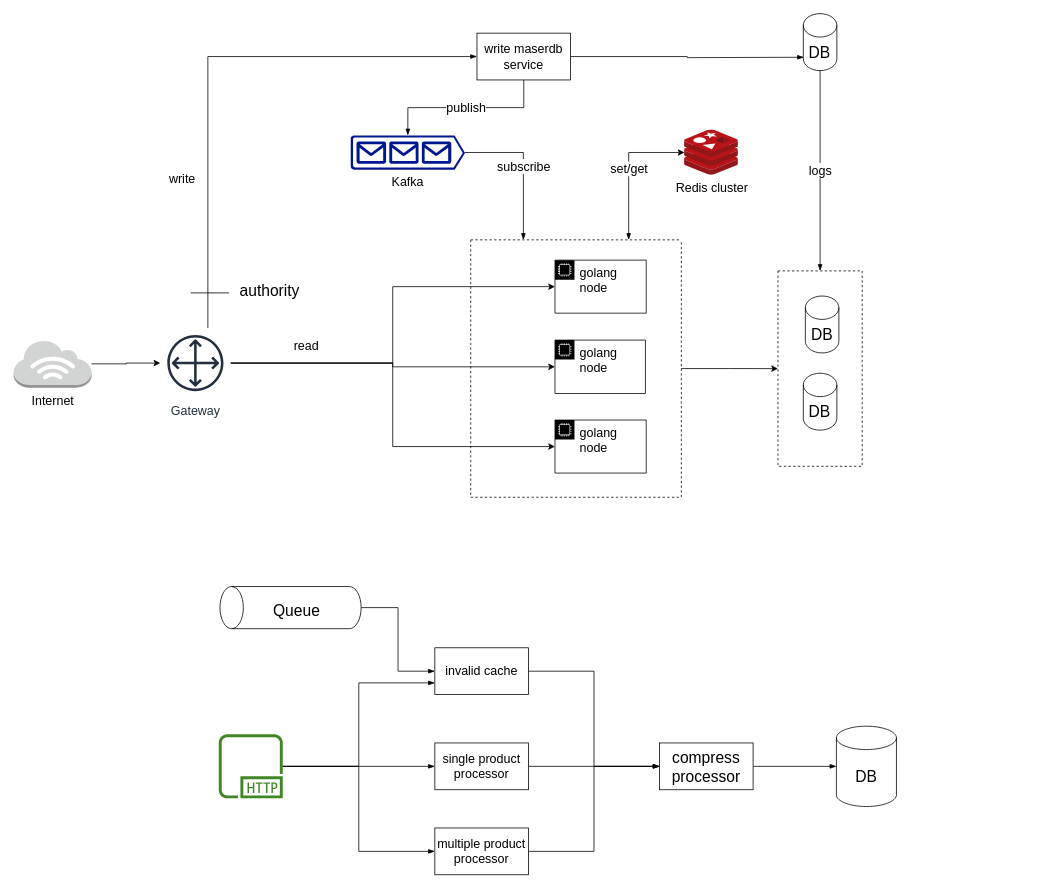
Before: page "Page-1" (1 of 3) of architecture-ecommerce.drawio in shifuvn/diagram, a draw.io diagram. Source tidied: cells renumbered, new cells numbered last; positions are measured from the earlier drawing's top-left corner, leaving out a move shared by most shapes. Both pictures are drawn from the tidied source at 78%, with x=0, y=0 at pixel (13, 13).
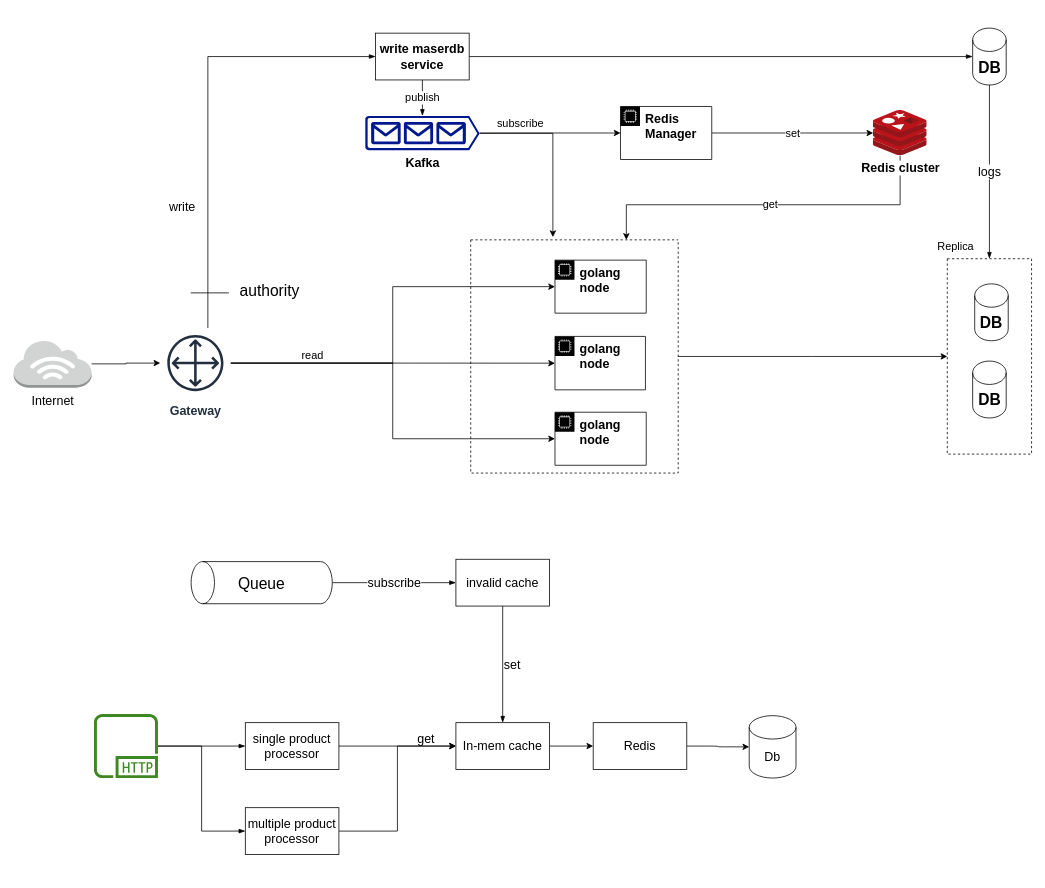
The same diagram, later.

What changed in the source:
```diff
@@
     <mxCell id="2" style="swimlane;startSize=0;dashed=1;fontSize=16;" parent="1" vertex="1">
-      <mxGeometry x="979.9" y="329.8" width="108" height="250.5" as="geometry" />
+      <mxGeometry x="1197" y="314.2" width="108" height="250.5" as="geometry" />
     </mxCell>
-    <mxCell id="3" value="DB" style="shape=cylinder3;whiteSpace=wrap;html=1;boundedLbl=1;backgroundOutline=1;size=15;fontSize=20;" parent="2" vertex="1">
+    <mxCell id="3" value="&lt;b&gt;DB&lt;/b&gt;" style="shape=cylinder3;whiteSpace=wrap;html=1;boundedLbl=1;backgroundOutline=1;size=15;fontSize=20;" parent="2" vertex="1">
       <mxGeometry x="35.1" y="32.2" width="43" height="73" as="geometry" />
     </mxCell>
-    <mxCell id="4" value="DB" style="shape=cylinder3;whiteSpace=wrap;html=1;boundedLbl=1;backgroundOutline=1;size=15;fontSize=20;" parent="2" vertex="1">
+    <mxCell id="4" value="&lt;b&gt;DB&lt;/b&gt;" style="shape=cylinder3;whiteSpace=wrap;html=1;boundedLbl=1;backgroundOutline=1;size=15;fontSize=20;" parent="2" vertex="1">
       <mxGeometry x="32.5" y="131.2" width="43" height="73" as="geometry" />
     </mxCell>
@@
     <mxCell id="6" style="swimlane;startSize=0;dashed=1;fontSize=16;" parent="1" vertex="1">
-      <mxGeometry x="586" y="290" width="270" height="330" as="geometry" />
+      <mxGeometry x="586" y="290" width="266" height="299" as="geometry" />
     </mxCell>
+    <mxCell id="15" value="&lt;b&gt;golang node&lt;/b&gt;" style="points=[[0,0],[0.25,0],[0.5,0],[0.75,0],[1,0],[1,0.25],[1,0.5],[1,0.75],[1,1],[0.75,1],[0.5,1],[0.25,1],[0,1],[0,0.75],[0,0.5],[0,0.25]];outlineConnect=0;html=1;whiteSpace=wrap;fontSize=16;fontStyle=0;shape=mxgraph.aws4.group;grIcon=mxgraph.aws4.group_ec2_instance_contents;verticalAlign=top;align=left;spacingLeft=30;dashed=0;" parent="6" vertex="1">
+      <mxGeometry x="108" y="123.8" width="116" height="68.5" as="geometry" />
+    </mxCell>
+    <mxCell id="16" value="&lt;b&gt;golang node&lt;/b&gt;" style="points=[[0,0],[0.25,0],[0.5,0],[0.75,0],[1,0],[1,0.25],[1,0.5],[1,0.75],[1,1],[0.75,1],[0.5,1],[0.25,1],[0,1],[0,0.75],[0,0.5],[0,0.25]];outlineConnect=0;html=1;whiteSpace=wrap;fontSize=16;fontStyle=0;shape=mxgraph.aws4.group;grIcon=mxgraph.aws4.group_ec2_instance_contents;verticalAlign=top;align=left;spacingLeft=30;dashed=0;" parent="6" vertex="1">
+      <mxGeometry x="108" y="221" width="117" height="68" as="geometry" />
+    </mxCell>
@@
-    <mxCell id="11" value="read" style="edgeStyle=orthogonalEdgeStyle;rounded=0;jettySize=auto;html=1;entryX=0;entryY=0.5;entryDx=0;entryDy=0;fontSize=16;" parent="1" edge="1" source="13" target="16">
-      <mxGeometry x="-0.63" y="22" relative="1" as="geometry" />
+    <mxCell id="11" value="read" style="edgeStyle=orthogonalEdgeStyle;rounded=0;jettySize=auto;html=1;entryX=0;entryY=0.5;entryDx=0;entryDy=0;fontSize=14;" parent="1" edge="1" source="13" target="16">
+      <mxGeometry x="-0.59" y="10" relative="1" as="geometry" />
     </mxCell>
@@
-    <mxCell id="13" value="&lt;div style=&quot;font-size: 16px;&quot;&gt;Gateway&lt;/div&gt;" style="sketch=0;outlineConnect=0;fontColor=#232F3E;gradientColor=none;strokeColor=#232F3E;fillColor=#ffffff;dashed=0;verticalLabelPosition=bottom;verticalAlign=top;align=center;html=1;fontSize=16;fontStyle=0;shape=mxgraph.aws4.resourceIcon;resIcon=mxgraph.aws4.customer_gateway;" parent="1" vertex="1">
+    <mxCell id="13" value="&lt;div style=&quot;font-size: 16px;&quot;&gt;&lt;b&gt;Gateway&lt;/b&gt;&lt;/div&gt;" style="sketch=0;outlineConnect=0;fontColor=#232F3E;gradientColor=none;strokeColor=#232F3E;fillColor=#ffffff;dashed=0;verticalLabelPosition=bottom;verticalAlign=top;align=center;html=1;fontSize=16;fontStyle=0;shape=mxgraph.aws4.resourceIcon;resIcon=mxgraph.aws4.customer_gateway;" parent="1" vertex="1">
       <mxGeometry x="188" y="403" width="90" height="90" as="geometry" />
     </mxCell>
-    <mxCell id="14" value="golang node" style="points=[[0,0],[0.25,0],[0.5,0],[0.75,0],[1,0],[1,0.25],[1,0.5],[1,0.75],[1,1],[0.75,1],[0.5,1],[0.25,1],[0,1],[0,0.75],[0,0.5],[0,0.25]];outlineConnect=0;html=1;whiteSpace=wrap;fontSize=16;fontStyle=0;shape=mxgraph.aws4.group;grIcon=mxgraph.aws4.group_ec2_instance_contents;verticalAlign=top;align=left;spacingLeft=30;dashed=0;" parent="1" vertex="1">
+    <mxCell id="14" value="&lt;b&gt;golang node&lt;/b&gt;" style="points=[[0,0],[0.25,0],[0.5,0],[0.75,0],[1,0],[1,0.25],[1,0.5],[1,0.75],[1,1],[0.75,1],[0.5,1],[0.25,1],[0,1],[0,0.75],[0,0.5],[0,0.25]];outlineConnect=0;html=1;whiteSpace=wrap;fontSize=16;fontStyle=0;shape=mxgraph.aws4.group;grIcon=mxgraph.aws4.group_ec2_instance_contents;verticalAlign=top;align=left;spacingLeft=30;dashed=0;" parent="1" vertex="1">
       <mxGeometry x="694" y="316" width="117" height="68" as="geometry" />
     </mxCell>
-    <mxCell id="15" value="golang node" style="points=[[0,0],[0.25,0],[0.5,0],[0.75,0],[1,0],[1,0.25],[1,0.5],[1,0.75],[1,1],[0.75,1],[0.5,1],[0.25,1],[0,1],[0,0.75],[0,0.5],[0,0.25]];outlineConnect=0;html=1;whiteSpace=wrap;fontSize=16;fontStyle=0;shape=mxgraph.aws4.group;grIcon=mxgraph.aws4.group_ec2_instance_contents;verticalAlign=top;align=left;spacingLeft=30;dashed=0;" parent="1" vertex="1">
-      <mxGeometry x="694" y="418.5" width="116" height="68.5" as="geometry" />
-    </mxCell>
-    <mxCell id="16" value="golang node" style="points=[[0,0],[0.25,0],[0.5,0],[0.75,0],[1,0],[1,0.25],[1,0.5],[1,0.75],[1,1],[0.75,1],[0.5,1],[0.25,1],[0,1],[0,0.75],[0,0.5],[0,0.25]];outlineConnect=0;html=1;whiteSpace=wrap;fontSize=16;fontStyle=0;shape=mxgraph.aws4.group;grIcon=mxgraph.aws4.group_ec2_instance_contents;verticalAlign=top;align=left;spacingLeft=30;dashed=0;" parent="1" vertex="1">
-      <mxGeometry x="694" y="521" width="117" height="68" as="geometry" />
-    </mxCell>
-    <mxCell id="17" value="set/get" style="edgeStyle=orthogonalEdgeStyle;rounded=0;jettySize=auto;html=1;entryX=0.75;entryY=0;entryDx=0;entryDy=0;fontSize=16;startArrow=classic;startFill=1;endArrow=blockThin;endFill=1;" parent="1" edge="1" source="18" target="6">
-      <mxGeometry relative="1" as="geometry" />
+    <mxCell id="17" value="get" style="edgeStyle=orthogonalEdgeStyle;rounded=0;jettySize=auto;html=1;entryX=0.75;entryY=0;entryDx=0;entryDy=0;fontSize=14;startArrow=none;startFill=0;" parent="1" edge="1" source="18" target="6">
+      <mxGeometry relative="1" as="geometry">
+        <Array as="points">
+          <mxPoint x="1137" y="245" />
+          <mxPoint x="786" y="245" />
+        </Array>
+      </mxGeometry>
     </mxCell>
-    <mxCell id="18" value="&lt;div&gt;Redis cluster&lt;/div&gt;" style="sketch=0;html=1;points=[];align=center;image;fontSize=16;image=img/lib/mscae/Cache_Redis_Product.svg;dashed=1;" parent="1" vertex="1">
-      <mxGeometry x="860" y="149" width="69" height="58" as="geometry" />
+    <mxCell id="18" value="&lt;div&gt;&lt;b&gt;Redis cluster&lt;/b&gt;&lt;/div&gt;" style="sketch=0;html=1;points=[];align=center;image;fontSize=16;image=img/lib/mscae/Cache_Redis_Product.svg;dashed=1;" parent="1" vertex="1">
+      <mxGeometry x="1102" y="124" width="69" height="58" as="geometry" />
     </mxCell>
-    <mxCell id="19" style="edgeStyle=orthogonalEdgeStyle;rounded=0;jettySize=auto;html=1;entryX=0;entryY=0.75;entryDx=0;entryDy=0;fontSize=20;startArrow=none;startFill=0;endArrow=blockThin;endFill=1;" parent="1" edge="1" source="22" target="24">
-      <mxGeometry relative="1" as="geometry" />
-    </mxCell>
@@
     <mxCell id="22" style="sketch=0;outlineConnect=0;fontColor=#232F3E;gradientColor=none;fillColor=#3F8624;strokeColor=none;dashed=0;verticalLabelPosition=bottom;verticalAlign=top;align=center;html=1;fontSize=16;fontStyle=0;shape=mxgraph.aws4.http_protocol;" parent="1" vertex="1">
-      <mxGeometry x="263" y="924" width="82" height="82" as="geometry" />
+      <mxGeometry x="103" y="898" width="82" height="82" as="geometry" />
     </mxCell>
-    <mxCell id="23" style="edgeStyle=orthogonalEdgeStyle;rounded=0;jettySize=auto;html=1;entryX=0;entryY=0.5;entryDx=0;entryDy=0;fontSize=20;startArrow=none;startFill=0;endArrow=blockThin;endFill=1;" parent="1" edge="1" source="24" target="41">
-      <mxGeometry relative="1" as="geometry" />
+    <mxCell id="23" value="set" style="edgeStyle=orthogonalEdgeStyle;rounded=0;jettySize=auto;html=1;fontSize=16;startArrow=none;startFill=0;endArrow=blockThin;endFill=1;" parent="1" edge="1" source="24" target="41">
+      <mxGeometry y="12" relative="1" as="geometry" />
     </mxCell>
     <mxCell id="24" value="invalid cache" style="rounded=0;whiteSpace=wrap;html=1;fontSize=16;" parent="1" vertex="1">
-      <mxGeometry x="540" y="813" width="120" height="60" as="geometry" />
+      <mxGeometry x="567" y="699.5" width="120" height="60" as="geometry" />
     </mxCell>
-    <mxCell id="25" style="edgeStyle=orthogonalEdgeStyle;rounded=0;jettySize=auto;html=1;fontSize=20;startArrow=none;startFill=0;endArrow=blockThin;endFill=1;" parent="1" edge="1" source="26" target="41">
+    <mxCell id="25" style="edgeStyle=orthogonalEdgeStyle;rounded=0;jettySize=auto;html=1;fontSize=16;startArrow=none;startFill=0;" parent="1" edge="1" source="26" target="41">
       <mxGeometry relative="1" as="geometry" />
     </mxCell>
     <mxCell id="26" value="single product processor" style="rounded=0;whiteSpace=wrap;html=1;fontSize=16;" parent="1" vertex="1">
-      <mxGeometry x="540" y="935" width="120" height="60" as="geometry" />
+      <mxGeometry x="297" y="909" width="120" height="60" as="geometry" />
     </mxCell>
-    <mxCell id="27" style="edgeStyle=orthogonalEdgeStyle;rounded=0;jettySize=auto;html=1;entryX=0;entryY=0.5;entryDx=0;entryDy=0;fontSize=20;startArrow=none;startFill=0;endArrow=blockThin;endFill=1;" parent="1" edge="1" source="28" target="41">
+    <mxCell id="27" style="edgeStyle=orthogonalEdgeStyle;rounded=0;jettySize=auto;html=1;entryX=0;entryY=0.5;entryDx=0;entryDy=0;fontSize=16;startArrow=none;startFill=0;" parent="1" edge="1" source="28" target="41">
       <mxGeometry relative="1" as="geometry" />
     </mxCell>
     <mxCell id="28" value="multiple product processor" style="rounded=0;whiteSpace=wrap;html=1;fontSize=16;" parent="1" vertex="1">
-      <mxGeometry x="540" y="1044" width="120" height="60" as="geometry" />
+      <mxGeometry x="297" y="1018" width="120" height="60" as="geometry" />
     </mxCell>
-    <mxCell id="29" value="subscribe" style="edgeStyle=orthogonalEdgeStyle;rounded=0;jettySize=auto;html=1;entryX=0.25;entryY=0;entryDx=0;entryDy=0;fontSize=16;startArrow=none;startFill=0;endArrow=blockThin;endFill=1;" parent="1" edge="1" source="30" target="6">
-      <mxGeometry relative="1" as="geometry" />
-    </mxCell>
+    <mxCell id="44" style="edgeStyle=orthogonalEdgeStyle;rounded=0;jettySize=auto;html=1;entryX=0;entryY=0.5;entryDx=0;entryDy=0;fontSize=16;startArrow=none;startFill=0;" parent="1" edge="1" source="30" target="52">
+      <mxGeometry relative="1" as="geometry" />
+    </mxCell>
+    <mxCell id="45" style="edgeStyle=orthogonalEdgeStyle;rounded=0;jettySize=auto;html=1;entryX=0.396;entryY=-0.012;entryDx=0;entryDy=0;entryPerimeter=0;fontSize=16;startArrow=none;startFill=0;exitX=1;exitY=0.51;exitDx=0;exitDy=0;exitPerimeter=0;" parent="1" edge="1" source="30" target="6">
+      <mxGeometry relative="1" as="geometry" />
+    </mxCell>
-    <mxCell id="30" value="Kafka" style="sketch=0;shadow=0;dashed=0;html=1;strokeColor=none;labelPosition=center;verticalLabelPosition=bottom;verticalAlign=top;align=center;fillColor=#00188D;shape=mxgraph.azure.queue_generic;fontSize=16;" parent="1" vertex="1">
-      <mxGeometry x="432" y="156" width="146.7" height="44" as="geometry" />
+    <mxCell id="30" value="&lt;b&gt;Kafka&lt;/b&gt;" style="sketch=0;shadow=0;dashed=0;html=1;strokeColor=none;labelPosition=center;verticalLabelPosition=bottom;verticalAlign=top;align=center;fillColor=#00188D;shape=mxgraph.azure.queue_generic;fontSize=16;" parent="1" vertex="1">
+      <mxGeometry x="450.7" y="131" width="146.7" height="44" as="geometry" />
     </mxCell>
@@
-    <mxCell id="32" style="edgeStyle=orthogonalEdgeStyle;rounded=0;jettySize=auto;html=1;entryX=0.003;entryY=0.561;entryDx=0;entryDy=0;entryPerimeter=0;fontSize=16;startArrow=none;startFill=0;endArrow=blockThin;endFill=1;" parent="1" edge="1" source="34">
-      <mxGeometry relative="1" as="geometry">
-        <mxPoint x="1013.1" y="55.9" as="targetPoint" />
-      </mxGeometry>
+    <mxCell id="32" style="edgeStyle=orthogonalEdgeStyle;rounded=0;jettySize=auto;html=1;fontSize=16;startArrow=none;startFill=0;endArrow=blockThin;endFill=1;" parent="1" edge="1" source="34" target="43">
+      <mxGeometry relative="1" as="geometry" />
     </mxCell>
-    <mxCell id="33" value="publish" style="edgeStyle=orthogonalEdgeStyle;rounded=0;jettySize=auto;html=1;entryX=0.5;entryY=0;entryDx=0;entryDy=0;entryPerimeter=0;fontSize=16;startArrow=none;startFill=0;endArrow=blockThin;endFill=1;exitX=0.5;exitY=1;exitDx=0;exitDy=0;" parent="1" edge="1" source="34" target="30">
+    <mxCell id="33" value="publish" style="edgeStyle=orthogonalEdgeStyle;rounded=0;jettySize=auto;html=1;entryX=0.5;entryY=0;entryDx=0;entryDy=0;entryPerimeter=0;fontSize=14;startArrow=none;startFill=0;endArrow=blockThin;endFill=1;exitX=0.5;exitY=1;exitDx=0;exitDy=0;" parent="1" edge="1" source="34" target="30">
       <mxGeometry relative="1" as="geometry" />
     </mxCell>
-    <mxCell id="34" value="write maserdb service" style="rounded=0;whiteSpace=wrap;html=1;fontSize=16;" parent="1" vertex="1">
-      <mxGeometry x="594" y="25" width="120" height="60" as="geometry" />
+    <mxCell id="34" value="&lt;b&gt;write maserdb service&lt;/b&gt;" style="rounded=0;whiteSpace=wrap;html=1;fontSize=16;" parent="1" vertex="1">
+      <mxGeometry x="464" y="25" width="120" height="60" as="geometry" />
     </mxCell>
@@
-    <mxCell id="37" style="edgeStyle=orthogonalEdgeStyle;rounded=0;jettySize=auto;html=1;entryX=0;entryY=0.5;entryDx=0;entryDy=0;fontSize=20;startArrow=none;startFill=0;endArrow=blockThin;endFill=1;" parent="1" edge="1" source="38" target="24">
-      <mxGeometry relative="1" as="geometry" />
+    <mxCell id="37" value="subscribe" style="edgeStyle=orthogonalEdgeStyle;rounded=0;jettySize=auto;html=1;entryX=0;entryY=0.5;entryDx=0;entryDy=0;fontSize=16;startArrow=none;startFill=0;endArrow=blockThin;endFill=1;" parent="1" edge="1" source="38" target="24">
+      <mxGeometry x="-0.02" relative="1" as="geometry">
+        <mxPoint x="1" as="offset" />
+      </mxGeometry>
     </mxCell>
     <mxCell id="38" style="shape=cylinder3;whiteSpace=wrap;html=1;boundedLbl=1;backgroundOutline=1;size=15;fontSize=20;rotation=-90;" parent="1" vertex="1">
-      <mxGeometry x="328" y="671" width="54" height="181" as="geometry" />
+      <mxGeometry x="291" y="639" width="54" height="181" as="geometry" />
     </mxCell>
     <mxCell id="39" value="Queue" style="text;html=1;strokeColor=none;fillColor=none;align=center;verticalAlign=middle;whiteSpace=wrap;rounded=0;fontSize=20;" parent="1" vertex="1">
-      <mxGeometry x="333" y="749.5" width="60" height="30" as="geometry" />
+      <mxGeometry x="288" y="714.5" width="60" height="30" as="geometry" />
     </mxCell>
-    <mxCell id="40" style="edgeStyle=orthogonalEdgeStyle;rounded=0;jettySize=auto;html=1;fontSize=20;startArrow=none;startFill=0;endArrow=blockThin;endFill=1;" parent="1" edge="1" source="41" target="42">
-      <mxGeometry relative="1" as="geometry" />
-    </mxCell>
+    <mxCell id="46" style="edgeStyle=orthogonalEdgeStyle;rounded=1;jettySize=auto;html=1;fontSize=16;startArrow=none;startFill=0;" parent="1" edge="1" source="41" target="48">
+      <mxGeometry relative="1" as="geometry" />
+    </mxCell>
-    <mxCell id="41" value="compress processor" style="rounded=0;whiteSpace=wrap;html=1;fontSize=20;" parent="1" vertex="1">
-      <mxGeometry x="828" y="935" width="120" height="60" as="geometry" />
+    <mxCell id="41" value="In-mem cache" style="rounded=0;whiteSpace=wrap;html=1;fontSize=16;" parent="1" vertex="1">
+      <mxGeometry x="567" y="909" width="120" height="60" as="geometry" />
     </mxCell>
-    <mxCell id="42" value="DB" style="shape=cylinder3;whiteSpace=wrap;html=1;boundedLbl=1;backgroundOutline=1;size=15;fontSize=20;" parent="1" vertex="1">
-      <mxGeometry x="1054.8" y="913.5" width="77" height="103" as="geometry" />
-    </mxCell>
-    <mxCell id="43" value="DB" style="shape=cylinder3;whiteSpace=wrap;html=1;boundedLbl=1;backgroundOutline=1;size=15;fontSize=20;" parent="1" vertex="1">
-      <mxGeometry x="1012.4" width="43" height="73" as="geometry" />
+    <mxCell id="43" value="&lt;b&gt;DB&lt;/b&gt;" style="shape=cylinder3;whiteSpace=wrap;html=1;boundedLbl=1;backgroundOutline=1;size=15;fontSize=20;" parent="1" vertex="1">
+      <mxGeometry x="1229.5" y="18.5" width="43" height="73" as="geometry" />
     </mxCell>
+    <mxCell id="47" style="edgeStyle=orthogonalEdgeStyle;rounded=1;jettySize=auto;html=1;fontSize=16;startArrow=none;startFill=0;" parent="1" edge="1" source="48" target="49">
+      <mxGeometry relative="1" as="geometry" />
+    </mxCell>
+    <mxCell id="48" value="Redis" style="rounded=0;whiteSpace=wrap;html=1;fontSize=16;" parent="1" vertex="1">
+      <mxGeometry x="743" y="909" width="120" height="60" as="geometry" />
+    </mxCell>
+    <mxCell id="49" value="Db" style="shape=cylinder3;whiteSpace=wrap;html=1;boundedLbl=1;backgroundOutline=1;size=15;fontSize=16;" parent="1" vertex="1">
+      <mxGeometry x="943" y="900" width="60" height="80" as="geometry" />
+    </mxCell>
+    <mxCell id="50" value="get" style="text;html=1;strokeColor=none;fillColor=none;align=center;verticalAlign=middle;whiteSpace=wrap;rounded=0;fontSize=16;" parent="1" vertex="1">
+      <mxGeometry x="499" y="915" width="60" height="30" as="geometry" />
+    </mxCell>
+    <mxCell id="51" value="set" style="edgeStyle=orthogonalEdgeStyle;rounded=0;jettySize=auto;html=1;fontSize=14;startArrow=none;startFill=0;" parent="1" edge="1" source="52" target="18">
+      <mxGeometry relative="1" as="geometry" />
+    </mxCell>
+    <mxCell id="52" value="&lt;b&gt;Redis Manager&lt;/b&gt;" style="points=[[0,0],[0.25,0],[0.5,0],[0.75,0],[1,0],[1,0.25],[1,0.5],[1,0.75],[1,1],[0.75,1],[0.5,1],[0.25,1],[0,1],[0,0.75],[0,0.5],[0,0.25]];outlineConnect=0;html=1;whiteSpace=wrap;fontSize=16;fontStyle=0;shape=mxgraph.aws4.group;grIcon=mxgraph.aws4.group_ec2_instance_contents;verticalAlign=top;align=left;spacingLeft=30;dashed=0;" parent="1" vertex="1">
+      <mxGeometry x="778" y="119" width="117" height="68" as="geometry" />
+    </mxCell>
+    <mxCell id="29" value="subscribe" style="text;html=1;strokeColor=none;fillColor=none;align=center;verticalAlign=middle;whiteSpace=wrap;rounded=0;fontSize=14;" parent="1" vertex="1">
+      <mxGeometry x="620" y="126" width="60" height="30" as="geometry" />
+    </mxCell>
+    <mxCell id="53" value="Replica" style="text;html=1;strokeColor=none;fillColor=none;align=center;verticalAlign=middle;whiteSpace=wrap;rounded=0;fontSize=14;" parent="1" vertex="1">
+      <mxGeometry x="1178" y="284.2" width="60" height="30" as="geometry" />
+    </mxCell>
```
